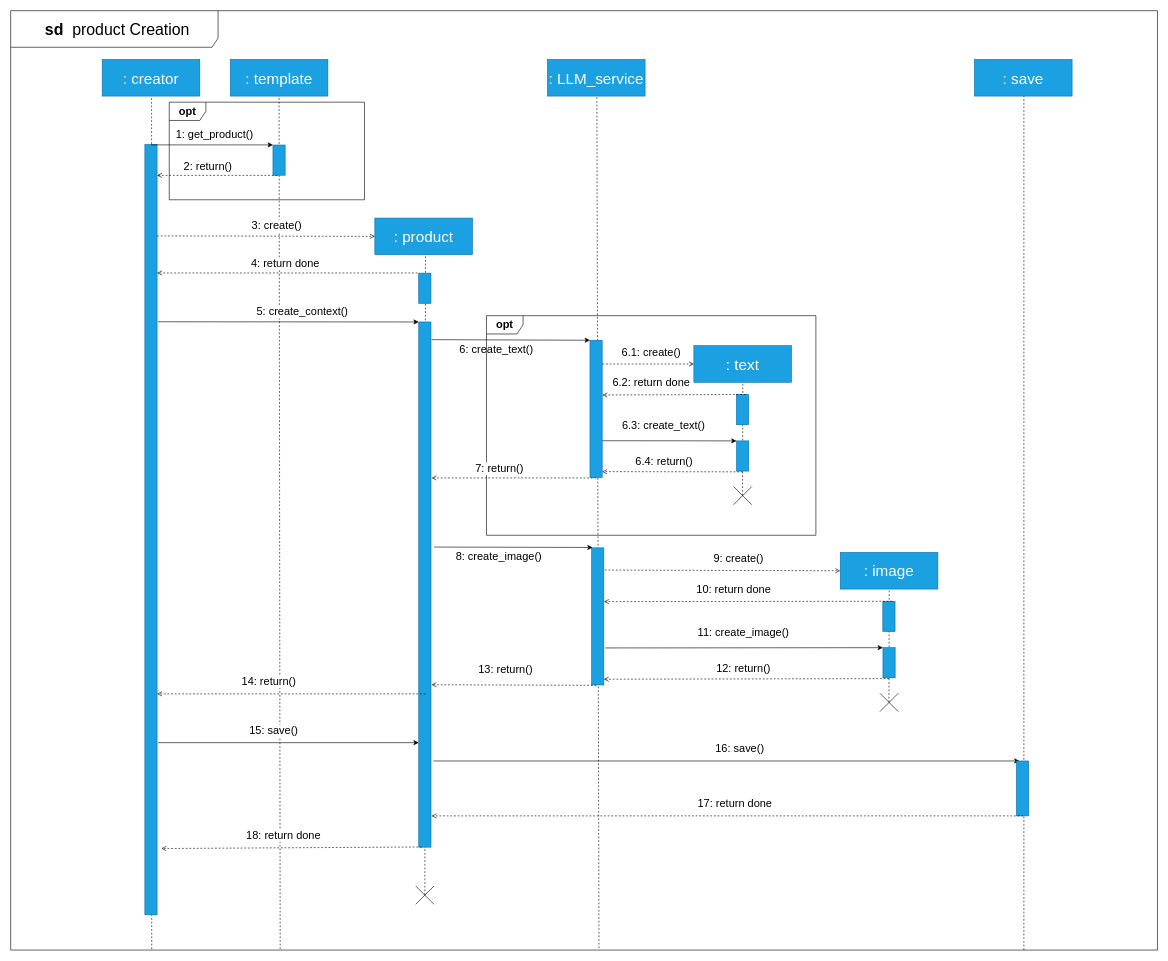
Before: Documentation/Interaction Diagram/illustration creation ID.drawio in Darrenchenn/Model-based-software-design, a draw.io diagram. Source tidied: cells renumbered, new cells numbered last; positions are measured from the earlier drawing's top-left corner, leaving out a move shared by most shapes. Both pictures are drawn from the tidied source at 61%, with x=0, y=0 at pixel (-234, 10).
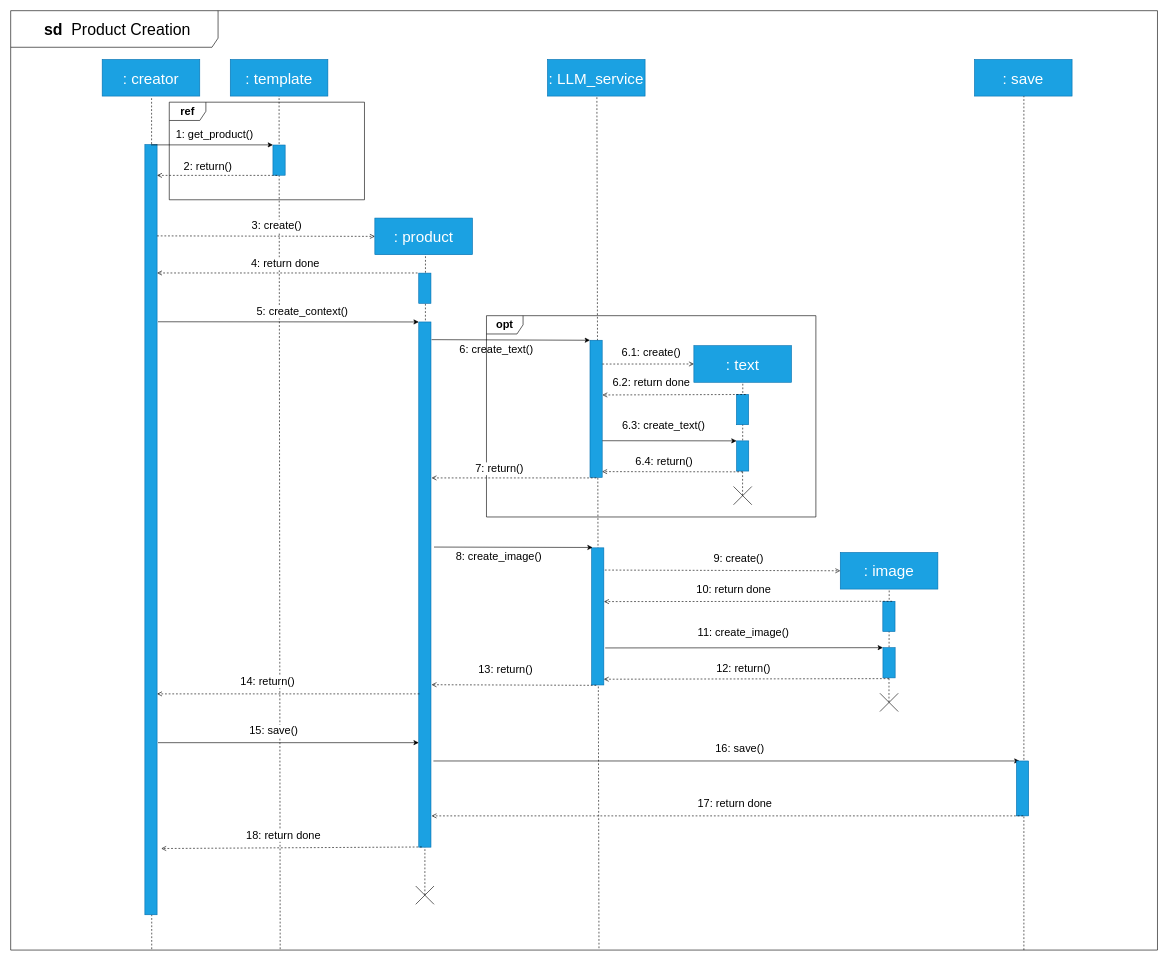
The same page after the edit.

The edit, as a diff of the source:
```diff
@@
-    <mxCell id="8" value="&lt;p style=&quot;border-color: var(--border-color); margin: 4px 0px 0px 10px; text-align: left; font-size: 26px;&quot;&gt;&lt;font style=&quot;font-size: 26px;&quot;&gt;&lt;b style=&quot;border-color: var(--border-color);&quot;&gt;sd&amp;nbsp; &lt;/b&gt;&lt;span style=&quot;border-color: var(--border-color);&quot;&gt;product&lt;/span&gt;&amp;nbsp;Creation&lt;/font&gt;&lt;/p&gt;" style="shape=umlFrame;whiteSpace=wrap;html=1;width=340;height=60;" parent="1" vertex="1">
+    <mxCell id="8" value="&lt;p style=&quot;border-color: var(--border-color); margin: 4px 0px 0px 10px; text-align: left; font-size: 26px;&quot;&gt;&lt;font style=&quot;font-size: 26px;&quot;&gt;&lt;b style=&quot;border-color: var(--border-color);&quot;&gt;sd&amp;nbsp; &lt;/b&gt;&lt;span style=&quot;border-color: var(--border-color);&quot;&gt;P&lt;/span&gt;&lt;span style=&quot;border-color: var(--border-color);&quot;&gt;roduct&lt;/span&gt;&amp;nbsp;Creation&lt;/font&gt;&lt;/p&gt;" style="shape=umlFrame;whiteSpace=wrap;html=1;width=340;height=60;" parent="1" vertex="1">
       <mxGeometry x="401" width="1880" height="1540" as="geometry" />
     </mxCell>
@@
-    <mxCell id="14" value="&lt;b style=&quot;font-size: 18px;&quot;&gt;opt&lt;/b&gt;" style="shape=umlFrame;whiteSpace=wrap;html=1;fontSize=18;" parent="1" vertex="1">
+    <mxCell id="14" value="&lt;b style=&quot;font-size: 18px;&quot;&gt;ref&lt;/b&gt;" style="shape=umlFrame;whiteSpace=wrap;html=1;fontSize=18;" parent="1" vertex="1">
       <mxGeometry x="661" y="150" width="320" height="160" as="geometry" />
     </mxCell>
@@
     <mxCell id="29" value="&lt;b style=&quot;font-size: 18px;&quot;&gt;opt&lt;/b&gt;" style="shape=umlFrame;whiteSpace=wrap;html=1;fontSize=18;" parent="1" vertex="1">
-      <mxGeometry x="1181" y="500" width="540" height="360" as="geometry" />
+      <mxGeometry x="1181" y="500" width="540" height="330" as="geometry" />
     </mxCell>
@@
     <mxCell id="65" style="endArrow=open;html=1;rounded=0;dashed=1;endFill=0;fontSize=18;" parent="1" edge="1">
       <mxGeometry relative="1" as="geometry">
-        <mxPoint x="1081" y="1120" as="sourcePoint" />
+        <mxPoint x="1071" y="1120" as="sourcePoint" />
         <mxPoint x="641" y="1120" as="targetPoint" />
       </mxGeometry>
     </mxCell>
```
